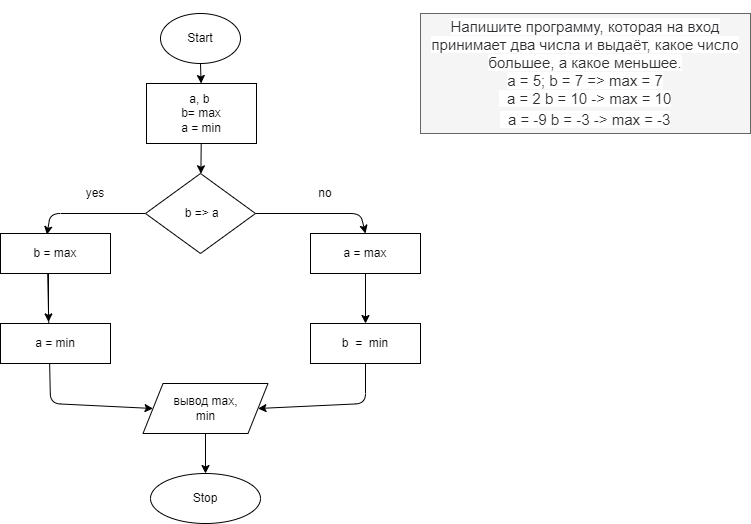
Earlier version of the draw.io export Task001/diagram.drawio.png (DmitryKhomyakov/Tasks). Source tidied: cells renumbered, new cells last; positions are measured from the earlier drawing's top-left corner, leaving out a move shared by most shapes.
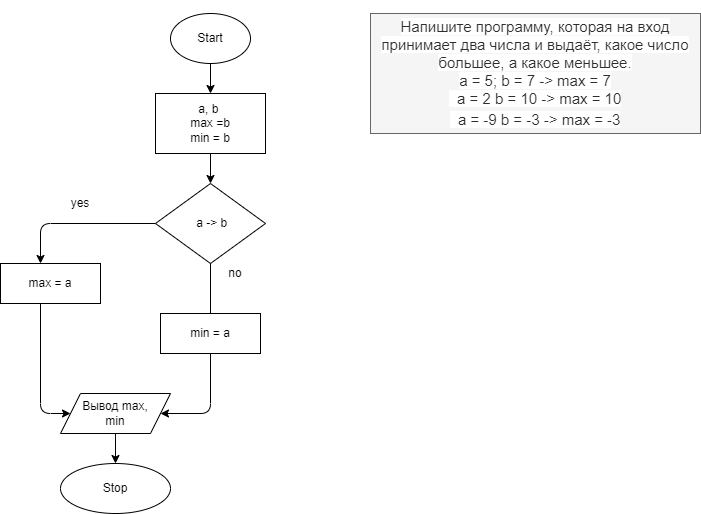
Above is the later version.

Change to the diagram source:
```diff
@@ -6,82 +6,65 @@
       <mxGeometry relative="1" as="geometry" />
     </mxCell>
     <mxCell id="3" value="Start" style="ellipse;whiteSpace=wrap;html=1;" parent="1" vertex="1">
-      <mxGeometry x="160" width="80" height="50" as="geometry" />
+      <mxGeometry x="220" width="80" height="50" as="geometry" />
     </mxCell>
     <mxCell id="4" style="edgeStyle=none;html=1;" parent="1" edge="1" source="5" target="8">
       <mxGeometry relative="1" as="geometry" />
     </mxCell>
-    <mxCell id="5" value="a,&amp;nbsp;b&amp;nbsp;&lt;br&gt;b= max&lt;br&gt;a = min" style="whiteSpace=wrap;html=1;" parent="1" vertex="1">
-      <mxGeometry x="146" y="70" width="110" height="60" as="geometry" />
+    <mxCell id="5" value="a,&amp;nbsp;b&amp;nbsp;&lt;br&gt;max =b&lt;br&gt;min = b" style="whiteSpace=wrap;html=1;" parent="1" vertex="1">
+      <mxGeometry x="205" y="80" width="110" height="60" as="geometry" />
     </mxCell>
-    <mxCell id="6" style="edgeStyle=none;html=1;entryX=0.5;entryY=0;entryDx=0;entryDy=0;" parent="1" edge="1" source="8" target="10">
-      <mxGeometry relative="1" as="geometry">
-        <Array as="points">
-          <mxPoint x="360" y="200" />
-        </Array>
-      </mxGeometry>
-    </mxCell>
-    <mxCell id="7" style="edgeStyle=none;html=1;entryX=0.422;entryY=0.03;entryDx=0;entryDy=0;entryPerimeter=0;" parent="1" edge="1" source="8" target="12">
-      <mxGeometry relative="1" as="geometry">
-        <Array as="points">
-          <mxPoint x="50" y="200" />
-        </Array>
-      </mxGeometry>
-    </mxCell>
-    <mxCell id="8" value="&amp;nbsp;b =&amp;gt; a" style="rhombus;whiteSpace=wrap;html=1;" parent="1" vertex="1">
-      <mxGeometry x="145" y="160" width="110" height="80" as="geometry" />
+    <mxCell id="8" value="&amp;nbsp;a -&amp;gt; b" style="rhombus;whiteSpace=wrap;html=1;" parent="1" vertex="1">
+      <mxGeometry x="205" y="170" width="110" height="80" as="geometry" />
     </mxCell>
-    <mxCell id="9" style="edgeStyle=none;html=1;" parent="1" edge="1" source="10" target="21">
-      <mxGeometry relative="1" as="geometry" />
-    </mxCell>
-    <mxCell id="10" value="a = max&lt;br&gt;" style="whiteSpace=wrap;html=1;" parent="1" vertex="1">
-      <mxGeometry x="310" y="220" width="110" height="40" as="geometry" />
-    </mxCell>
-    <mxCell id="11" style="edgeStyle=none;html=1;entryX=0.436;entryY=-0.04;entryDx=0;entryDy=0;entryPerimeter=0;" parent="1" edge="1" target="20">
-      <mxGeometry relative="1" as="geometry">
-        <mxPoint x="48" y="260" as="sourcePoint" />
-      </mxGeometry>
-    </mxCell>
-    <mxCell id="12" value="b = max&lt;br&gt;" style="whiteSpace=wrap;html=1;" parent="1" vertex="1">
-      <mxGeometry y="220" width="110" height="40" as="geometry" />
+    <mxCell id="12" value="max = a" style="whiteSpace=wrap;html=1;" parent="1" vertex="1">
+      <mxGeometry x="50" y="250" width="100" height="40" as="geometry" />
     </mxCell>
     <mxCell id="13" value="no" style="text;html=1;strokeColor=none;fillColor=none;align=center;verticalAlign=middle;whiteSpace=wrap;rounded=0;" parent="1" vertex="1">
-      <mxGeometry x="310" y="170" width="30" height="20" as="geometry" />
+      <mxGeometry x="270" y="250" width="30" height="20" as="geometry" />
     </mxCell>
     <mxCell id="14" value="yes" style="text;html=1;strokeColor=none;fillColor=none;align=center;verticalAlign=middle;whiteSpace=wrap;rounded=0;" parent="1" vertex="1">
-      <mxGeometry x="70" y="170" width="50" height="20" as="geometry" />
+      <mxGeometry x="110" y="180" width="40" height="20" as="geometry" />
     </mxCell>
-    <mxCell id="15" style="edgeStyle=none;html=1;entryX=0;entryY=0.5;entryDx=0;entryDy=0;exitX=0.429;exitY=1.01;exitDx=0;exitDy=0;exitPerimeter=0;" parent="1" edge="1" source="12" target="17">
-      <mxGeometry relative="1" as="geometry">
-        <Array as="points">
-          <mxPoint x="50" y="390" />
-        </Array>
-      </mxGeometry>
-    </mxCell>
-    <mxCell id="16" style="edgeStyle=none;html=1;" parent="1" edge="1" source="17" target="18">
+    <mxCell id="16" style="edgeStyle=none;html=1;entryX=0.5;entryY=0;entryDx=0;entryDy=0;exitX=0.5;exitY=1;exitDx=0;exitDy=0;" parent="1" edge="1" source="24" target="18">
       <mxGeometry relative="1" as="geometry" />
     </mxCell>
-    <mxCell id="17" value="вывод max,&lt;br&gt;min" style="shape=parallelogram;perimeter=parallelogramPerimeter;whiteSpace=wrap;html=1;fixedSize=1;" parent="1" vertex="1">
-      <mxGeometry x="142.5" y="370" width="125" height="50" as="geometry" />
-    </mxCell>
     <mxCell id="18" value="Stop" style="ellipse;whiteSpace=wrap;html=1;" parent="1" vertex="1">
-      <mxGeometry x="150" y="460" width="110" height="50" as="geometry" />
+      <mxGeometry x="110" y="450" width="110" height="50" as="geometry" />
     </mxCell>
-    <mxCell id="19" value="&lt;span style=&quot;color: rgb(44 , 45 , 48) ; font-family: &amp;#34;roboto&amp;#34; , &amp;#34;san francisco&amp;#34; , &amp;#34;helvetica neue&amp;#34; , &amp;#34;helvetica&amp;#34; , &amp;#34;arial&amp;#34; ; font-size: 15px ; background-color: rgb(255 , 255 , 255)&quot;&gt;&lt;br&gt;Напишите программу, которая на вход принимает два числа и выдаёт, какое число большее, а какое меньшее.&lt;br&gt;&lt;/span&gt;&lt;span style=&quot;color: rgb(44 , 45 , 48) ; font-family: &amp;#34;roboto&amp;#34; , &amp;#34;san francisco&amp;#34; , &amp;#34;helvetica neue&amp;#34; , &amp;#34;helvetica&amp;#34; , &amp;#34;arial&amp;#34; ; font-size: 15px ; background-color: rgb(255 , 255 , 255)&quot;&gt;a = 5; b = 7 =&amp;gt; max = 7&lt;br&gt;&lt;/span&gt;&lt;span style=&quot;color: rgb(44 , 45 , 48) ; font-family: &amp;#34;roboto&amp;#34; , &amp;#34;san francisco&amp;#34; , &amp;#34;helvetica neue&amp;#34; , &amp;#34;helvetica&amp;#34; , &amp;#34;arial&amp;#34; ; font-size: 15px ; background-color: rgb(255 , 255 , 255)&quot;&gt;&amp;nbsp; a = 2 b = 10 -&amp;gt; max = 10&lt;/span&gt;&lt;br style=&quot;box-sizing: border-box ; color: rgb(44 , 45 , 48) ; font-family: &amp;#34;roboto&amp;#34; , &amp;#34;san francisco&amp;#34; , &amp;#34;helvetica neue&amp;#34; , &amp;#34;helvetica&amp;#34; , &amp;#34;arial&amp;#34; ; font-size: 15px ; background-color: rgb(255 , 255 , 255)&quot;&gt;&lt;span style=&quot;color: rgb(44 , 45 , 48) ; font-family: &amp;#34;roboto&amp;#34; , &amp;#34;san francisco&amp;#34; , &amp;#34;helvetica neue&amp;#34; , &amp;#34;helvetica&amp;#34; , &amp;#34;arial&amp;#34; ; font-size: 15px ; background-color: rgb(255 , 255 , 255)&quot;&gt;&amp;nbsp; a = -9 b = -3 -&amp;gt; max = -3&lt;/span&gt;&lt;span style=&quot;color: rgb(44 , 45 , 48) ; font-family: &amp;#34;roboto&amp;#34; , &amp;#34;san francisco&amp;#34; , &amp;#34;helvetica neue&amp;#34; , &amp;#34;helvetica&amp;#34; , &amp;#34;arial&amp;#34; ; font-size: 15px ; background-color: rgb(255 , 255 , 255)&quot;&gt;&lt;br&gt;&lt;br&gt;&lt;/span&gt;" style="text;html=1;align=center;verticalAlign=middle;whiteSpace=wrap;rounded=0;fillColor=#f5f5f5;fontColor=#333333;strokeColor=#666666;" parent="1" vertex="1">
+    <mxCell id="19" value="&lt;span style=&quot;color: rgb(44 , 45 , 48) ; font-family: &amp;#34;roboto&amp;#34; , &amp;#34;san francisco&amp;#34; , &amp;#34;helvetica neue&amp;#34; , &amp;#34;helvetica&amp;#34; , &amp;#34;arial&amp;#34; ; font-size: 15px ; background-color: rgb(255 , 255 , 255)&quot;&gt;&lt;br&gt;Напишите программу, которая на вход принимает два числа и выдаёт, какое число большее, а какое меньшее.&lt;br&gt;&lt;/span&gt;&lt;span style=&quot;color: rgb(44 , 45 , 48) ; font-family: &amp;#34;roboto&amp;#34; , &amp;#34;san francisco&amp;#34; , &amp;#34;helvetica neue&amp;#34; , &amp;#34;helvetica&amp;#34; , &amp;#34;arial&amp;#34; ; font-size: 15px ; background-color: rgb(255 , 255 , 255)&quot;&gt;a = 5; b = 7 -&amp;gt; max = 7&lt;br&gt;&lt;/span&gt;&lt;span style=&quot;color: rgb(44 , 45 , 48) ; font-family: &amp;#34;roboto&amp;#34; , &amp;#34;san francisco&amp;#34; , &amp;#34;helvetica neue&amp;#34; , &amp;#34;helvetica&amp;#34; , &amp;#34;arial&amp;#34; ; font-size: 15px ; background-color: rgb(255 , 255 , 255)&quot;&gt;&amp;nbsp; a = 2 b = 10 -&amp;gt; max = 10&lt;/span&gt;&lt;br style=&quot;box-sizing: border-box ; color: rgb(44 , 45 , 48) ; font-family: &amp;#34;roboto&amp;#34; , &amp;#34;san francisco&amp;#34; , &amp;#34;helvetica neue&amp;#34; , &amp;#34;helvetica&amp;#34; , &amp;#34;arial&amp;#34; ; font-size: 15px ; background-color: rgb(255 , 255 , 255)&quot;&gt;&lt;span style=&quot;color: rgb(44 , 45 , 48) ; font-family: &amp;#34;roboto&amp;#34; , &amp;#34;san francisco&amp;#34; , &amp;#34;helvetica neue&amp;#34; , &amp;#34;helvetica&amp;#34; , &amp;#34;arial&amp;#34; ; font-size: 15px ; background-color: rgb(255 , 255 , 255)&quot;&gt;&amp;nbsp; a = -9 b = -3 -&amp;gt; max = -3&lt;/span&gt;&lt;span style=&quot;color: rgb(44 , 45 , 48) ; font-family: &amp;#34;roboto&amp;#34; , &amp;#34;san francisco&amp;#34; , &amp;#34;helvetica neue&amp;#34; , &amp;#34;helvetica&amp;#34; , &amp;#34;arial&amp;#34; ; font-size: 15px ; background-color: rgb(255 , 255 , 255)&quot;&gt;&lt;br&gt;&lt;br&gt;&lt;/span&gt;" style="text;html=1;align=center;verticalAlign=middle;whiteSpace=wrap;rounded=0;fillColor=#f5f5f5;fontColor=#333333;strokeColor=#666666;" parent="1" vertex="1">
       <mxGeometry x="420" width="330" height="120" as="geometry" />
     </mxCell>
-    <mxCell id="20" value="&lt;span&gt;a = min&lt;/span&gt;" style="rounded=0;whiteSpace=wrap;html=1;" parent="1" vertex="1">
-      <mxGeometry y="310" width="110" height="40" as="geometry" />
+    <mxCell id="20" value="&lt;span&gt;min = a&lt;/span&gt;" style="rounded=0;whiteSpace=wrap;html=1;" parent="1" vertex="1">
+      <mxGeometry x="210" y="300" width="100" height="40" as="geometry" />
     </mxCell>
-    <mxCell id="21" value="&lt;span&gt;b&amp;nbsp; =&amp;nbsp; min&lt;/span&gt;" style="rounded=0;whiteSpace=wrap;html=1;" parent="1" vertex="1">
-      <mxGeometry x="310" y="310" width="110" height="40" as="geometry" />
-    </mxCell>
-    <mxCell id="22" style="endArrow=classic;html=1;exitX=0.5;exitY=1;exitDx=0;exitDy=0;entryX=1;entryY=0.5;entryDx=0;entryDy=0;" parent="1" edge="1" source="21" target="17">
-      <mxGeometry relative="1" as="geometry">
-        <Array as="points">
-          <mxPoint x="365" y="390" />
-        </Array>
-      </mxGeometry>
-    </mxCell>
+    <mxCell id="23" style="endArrow=none;html=1;exitX=0.5;exitY=1;exitDx=0;exitDy=0;" parent="1" edge="1" source="8" target="20">
+      <mxGeometry relative="1" as="geometry" />
+    </mxCell>
+    <mxCell id="24" value="Вывод max,&lt;br&gt;min" style="shape=parallelogram;perimeter=parallelogramPerimeter;whiteSpace=wrap;html=1;fixedSize=1;" parent="1" vertex="1">
+      <mxGeometry x="110" y="380" width="110" height="40" as="geometry" />
+    </mxCell>
+    <mxCell id="7" style="endArrow=classic;html=1;exitX=0;exitY=0.5;exitDx=0;exitDy=0;entryX=0.4;entryY=0;entryDx=0;entryDy=0;entryPerimeter=0;" parent="1" edge="1" source="8" target="12">
+      <mxGeometry relative="1" as="geometry">
+        <Array as="points">
+          <mxPoint x="90" y="210" />
+        </Array>
+      </mxGeometry>
+    </mxCell>
+    <mxCell id="25" style="endArrow=classic;html=1;entryX=0;entryY=0.5;entryDx=0;entryDy=0;" parent="1" edge="1" target="24">
+      <mxGeometry relative="1" as="geometry">
+        <mxPoint x="90" y="290" as="sourcePoint" />
+        <Array as="points">
+          <mxPoint x="90" y="400" />
+        </Array>
+      </mxGeometry>
+    </mxCell>
+    <mxCell id="26" style="endArrow=classic;html=1;exitX=0.5;exitY=1;exitDx=0;exitDy=0;entryX=1;entryY=0.5;entryDx=0;entryDy=0;" parent="1" edge="1" source="20" target="24">
+      <mxGeometry relative="1" as="geometry">
+        <Array as="points">
+          <mxPoint x="260" y="400" />
+        </Array>
+      </mxGeometry>
+    </mxCell>
   </root>
 </mxGraphModel>
```
